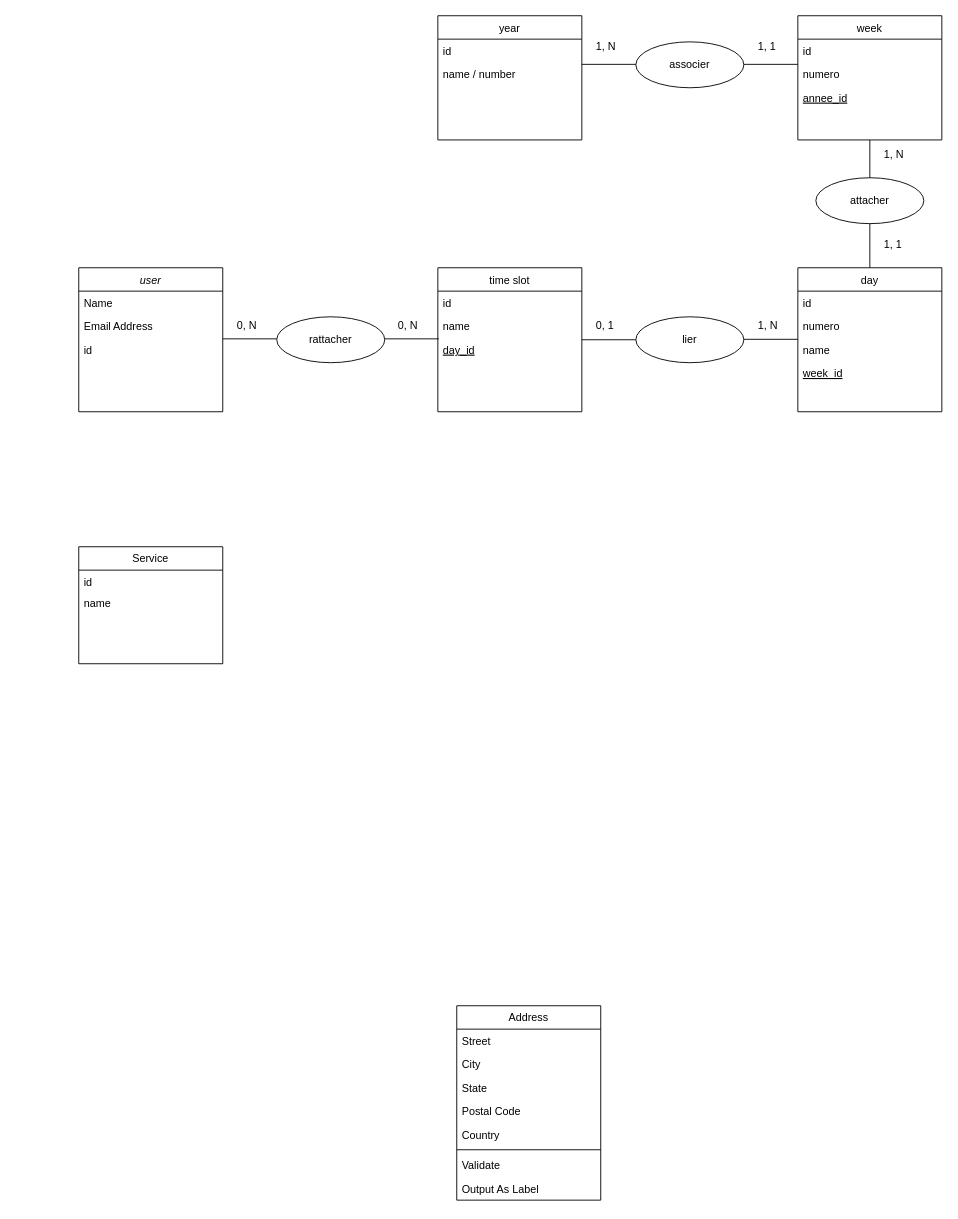
Above: Diagramme planning.drawio in NicolasNegrier/planning (draw.io), before the change. Source tidied: cells renumbered, new cells numbered last; positions are measured from the earlier drawing's top-left corner, leaving out a move shared by most shapes. Both pictures are drawn from the tidied source at 90%, with x=0, y=0 at pixel (78, 15).
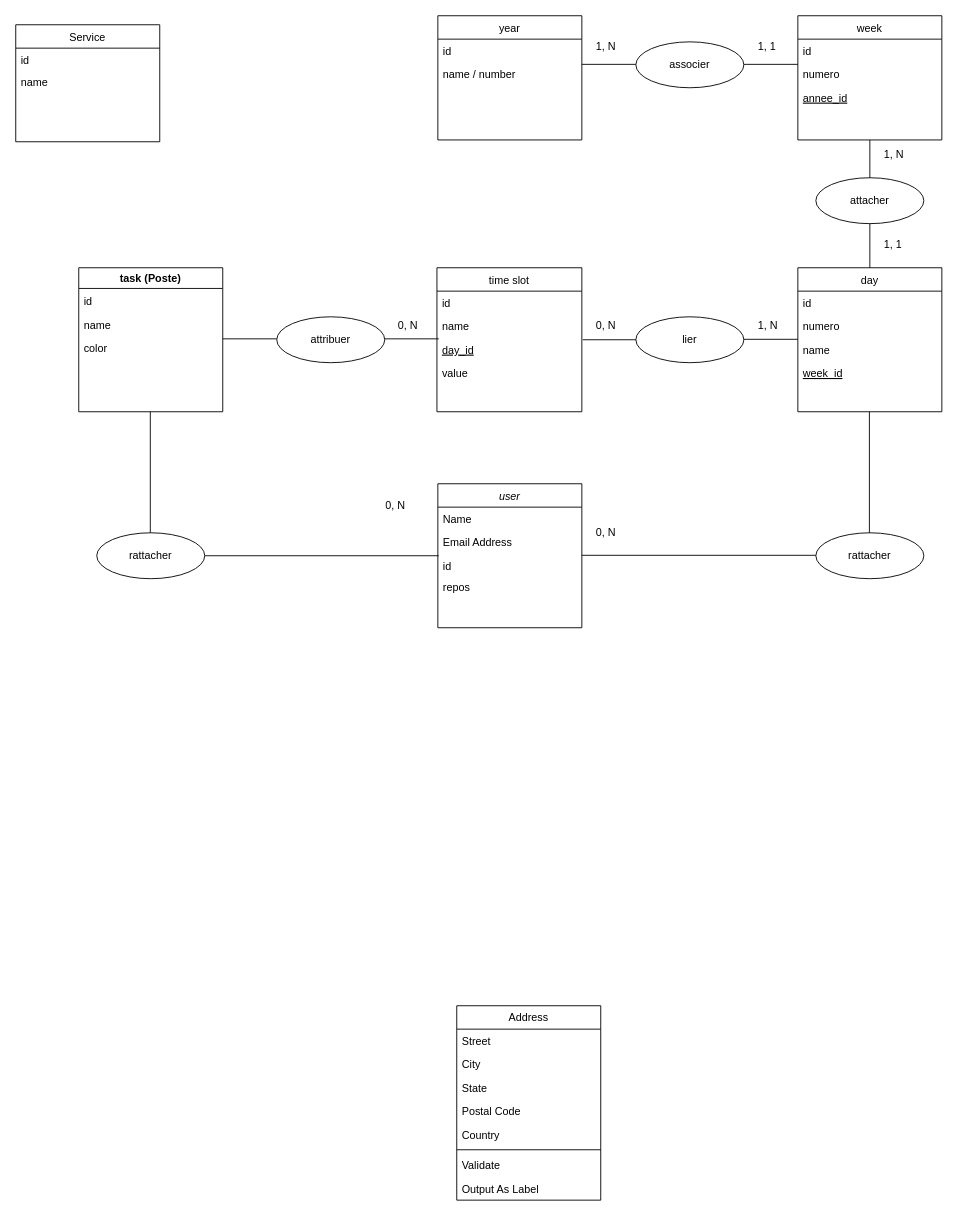
The same diagram, later.

Commit message:
view/add user ok, view weeks ok, view days and day ok, modify day ok

The change refers to these unchanged cells:
```xml
<mxCell id="5" value="id" style="text;align=left;verticalAlign=top;spacingLeft=4;spacingRight=4;overflow=hidden;points=[[0,0.5],[1,0.5]];portConstraint=eastwest;" parent="2" vertex="1">
  <mxGeometry y="78" width="160" height="24" as="geometry" />
</mxCell>
<mxCell id="35" value="lier" style="ellipse;whiteSpace=wrap;html=1;" parent="1" vertex="1">
  <mxGeometry x="619" y="334.5" width="120" height="51" as="geometry" />
</mxCell>
```

Change to the diagram source:
```diff
@@
     <mxCell id="2" value="user" style="swimlane;fontStyle=2;align=center;verticalAlign=top;horizontal=1;startSize=26;rounded=0;shadow=0;strokeWidth=1;" parent="1" vertex="1">
-      <mxGeometry y="280" width="160" height="160" as="geometry" />
+      <mxGeometry x="399" y="520" width="160" height="160" as="geometry" />
     </mxCell>
@@
+    <mxCell id="54" value="repos" style="text;align=left;verticalAlign=top;spacingLeft=4;spacingRight=4;overflow=hidden;" parent="2" vertex="1">
+      <mxGeometry y="102" width="160" height="24" as="geometry" />
+    </mxCell>
@@
     <mxCell id="10" value="Service" style="swimlane;fontStyle=0;align=center;verticalAlign=top;horizontal=1;startSize=26;rounded=0;shadow=0;strokeWidth=1;" parent="1" vertex="1">
-      <mxGeometry y="590" width="160" height="130" as="geometry" />
+      <mxGeometry x="-70" y="10" width="160" height="130" as="geometry" />
     </mxCell>
@@
     <mxCell id="30" value="time slot" style="swimlane;fontStyle=0;align=center;verticalAlign=top;horizontal=1;startSize=26;rounded=0;shadow=0;strokeWidth=1;" parent="1" vertex="1">
-      <mxGeometry x="399" y="280" width="160" height="160" as="geometry" />
+      <mxGeometry x="398" y="280" width="161" height="160" as="geometry" />
     </mxCell>
     <mxCell id="31" value="id" style="text;align=left;verticalAlign=top;spacingLeft=4;spacingRight=4;overflow=hidden;" parent="30" vertex="1">
-      <mxGeometry y="26" width="160" height="26" as="geometry" />
+      <mxGeometry y="26" width="161" height="26" as="geometry" />
     </mxCell>
     <mxCell id="32" value="name" style="text;align=left;verticalAlign=top;spacingLeft=4;spacingRight=4;overflow=hidden;rounded=0;shadow=0;html=0;" parent="30" vertex="1">
-      <mxGeometry y="52" width="160" height="26" as="geometry" />
+      <mxGeometry y="52" width="161" height="26" as="geometry" />
     </mxCell>
     <mxCell id="33" value="day_id" style="text;align=left;verticalAlign=top;spacingLeft=4;spacingRight=4;overflow=hidden;fontStyle=4;" parent="30" vertex="1">
-      <mxGeometry y="78" width="160" height="26" as="geometry" />
+      <mxGeometry y="78" width="161" height="26" as="geometry" />
     </mxCell>
+    <mxCell id="55" value="value" style="text;align=left;verticalAlign=top;spacingLeft=4;spacingRight=4;overflow=hidden;rounded=0;shadow=0;html=0;" parent="30" vertex="1">
+      <mxGeometry y="104" width="161" height="26" as="geometry" />
+    </mxCell>
@@
-    <mxCell id="37" style="endArrow=none;html=1;rounded=0;exitX=1;exitY=0.5;exitDx=0;exitDy=0;entryX=0;entryY=0.5;entryDx=0;entryDy=0;" parent="1" edge="1" source="30" target="35">
-      <mxGeometry relative="1" as="geometry" />
+    <mxCell id="37" style="endArrow=none;html=1;rounded=0;entryX=0;entryY=0.5;entryDx=0;entryDy=0;" parent="1" edge="1" target="35">
+      <mxGeometry relative="1" as="geometry">
+        <mxPoint x="560" y="360" as="sourcePoint" />
+      </mxGeometry>
     </mxCell>
@@
-    <mxCell id="43" value="0, 1" style="text;strokeColor=none;fillColor=none;align=left;verticalAlign=middle;spacingLeft=4;spacingRight=4;overflow=hidden;whiteSpace=wrap;html=1;" parent="1" vertex="1">
+    <mxCell id="43" value="0, N" style="text;strokeColor=none;fillColor=none;align=left;verticalAlign=middle;spacingLeft=4;spacingRight=4;overflow=hidden;whiteSpace=wrap;html=1;" parent="1" vertex="1">
       <mxGeometry x="569" y="330" width="50" height="30" as="geometry" />
     </mxCell>
@@
-    <mxCell id="49" value="rattacher" style="ellipse;whiteSpace=wrap;html=1;" parent="1" vertex="1">
+    <mxCell id="49" value="attribuer" style="ellipse;whiteSpace=wrap;html=1;" parent="1" vertex="1">
       <mxGeometry x="220" y="334.5" width="120" height="51" as="geometry" />
     </mxCell>
@@
     <mxCell id="52" value="0, N" style="text;strokeColor=none;fillColor=none;align=left;verticalAlign=middle;spacingLeft=4;spacingRight=4;overflow=hidden;whiteSpace=wrap;html=1;" parent="1" vertex="1">
-      <mxGeometry x="170" y="330" width="50" height="30" as="geometry" />
+      <mxGeometry x="335" y="530" width="50" height="30" as="geometry" />
     </mxCell>
@@
+    <mxCell id="56" value="task (Poste)" style="swimlane;whiteSpace=wrap;html=1;" parent="1" vertex="1">
+      <mxGeometry y="280" width="160" height="160" as="geometry" />
+    </mxCell>
+    <mxCell id="57" value="id" style="text;align=left;verticalAlign=top;spacingLeft=4;spacingRight=4;overflow=hidden;" parent="56" vertex="1">
+      <mxGeometry y="24" width="160" height="26" as="geometry" />
+    </mxCell>
+    <mxCell id="58" value="name" style="text;align=left;verticalAlign=top;spacingLeft=4;spacingRight=4;overflow=hidden;" parent="56" vertex="1">
+      <mxGeometry y="50" width="160" height="26" as="geometry" />
+    </mxCell>
+    <mxCell id="59" value="color" style="text;align=left;verticalAlign=top;spacingLeft=4;spacingRight=4;overflow=hidden;" parent="56" vertex="1">
+      <mxGeometry y="76" width="160" height="26" as="geometry" />
+    </mxCell>
+    <mxCell id="60" value="rattacher" style="ellipse;whiteSpace=wrap;html=1;" parent="1" vertex="1">
+      <mxGeometry x="20" y="574.5" width="120" height="51" as="geometry" />
+    </mxCell>
+    <mxCell id="61" style="endArrow=none;html=1;rounded=0;" parent="1" edge="1">
+      <mxGeometry relative="1" as="geometry">
+        <mxPoint x="79.5" y="574.5" as="sourcePoint" />
+        <mxPoint x="79.5" y="440" as="targetPoint" />
+      </mxGeometry>
+    </mxCell>
+    <mxCell id="62" style="endArrow=none;html=1;rounded=0;exitX=1;exitY=0.5;exitDx=0;exitDy=0;entryX=0.006;entryY=0.083;entryDx=0;entryDy=0;entryPerimeter=0;" parent="1" edge="1" source="60" target="5">
+      <mxGeometry relative="1" as="geometry" />
+    </mxCell>
+    <mxCell id="63" value="0, N" style="text;strokeColor=none;fillColor=none;align=left;verticalAlign=middle;spacingLeft=4;spacingRight=4;overflow=hidden;whiteSpace=wrap;html=1;" parent="1" vertex="1">
+      <mxGeometry x="569" y="560" width="50" height="30" as="geometry" />
+    </mxCell>
+    <mxCell id="64" value="rattacher" style="ellipse;whiteSpace=wrap;html=1;" parent="1" vertex="1">
+      <mxGeometry x="819" y="574.5" width="120" height="51" as="geometry" />
+    </mxCell>
+    <mxCell id="65" style="endArrow=none;html=1;rounded=0;" parent="1" edge="1">
+      <mxGeometry relative="1" as="geometry">
+        <mxPoint x="878.5" y="574.5" as="sourcePoint" />
+        <mxPoint x="878.5" y="440" as="targetPoint" />
+      </mxGeometry>
+    </mxCell>
+    <mxCell id="66" style="endArrow=none;html=1;rounded=0;exitX=1;exitY=0.5;exitDx=0;exitDy=0;entryX=0.006;entryY=0.083;entryDx=0;entryDy=0;entryPerimeter=0;" parent="1" edge="1">
+      <mxGeometry relative="1" as="geometry">
+        <mxPoint x="559" y="599.5" as="sourcePoint" />
+        <mxPoint x="819" y="599.5" as="targetPoint" />
+      </mxGeometry>
+    </mxCell>
```
